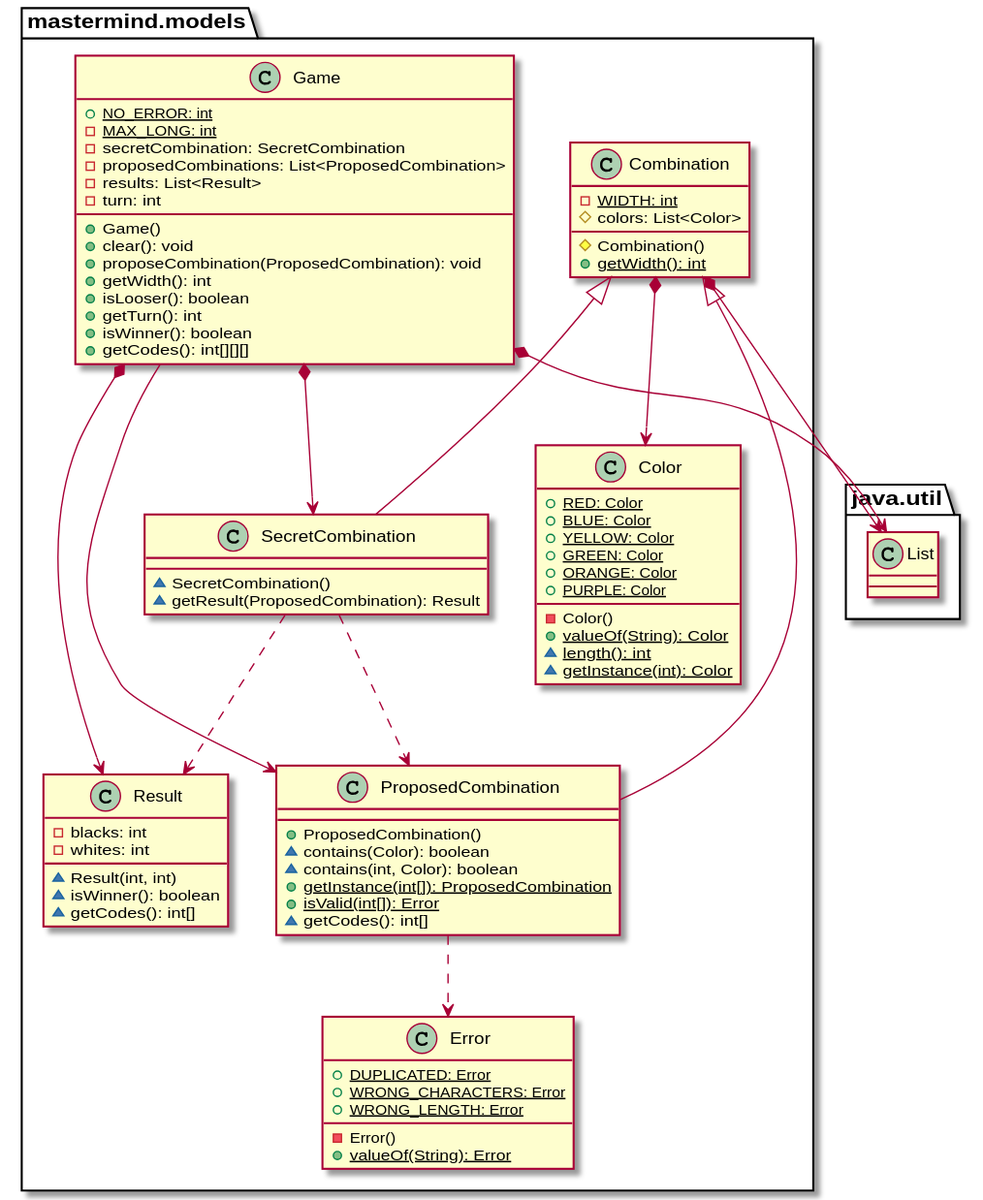
The PlantUML diagram documentView/console/docs/diagrams/out/paquetes/mastermind.models.svg in SantaTecla-mastermind/solution.java.swing.socket.sql, before a commit.
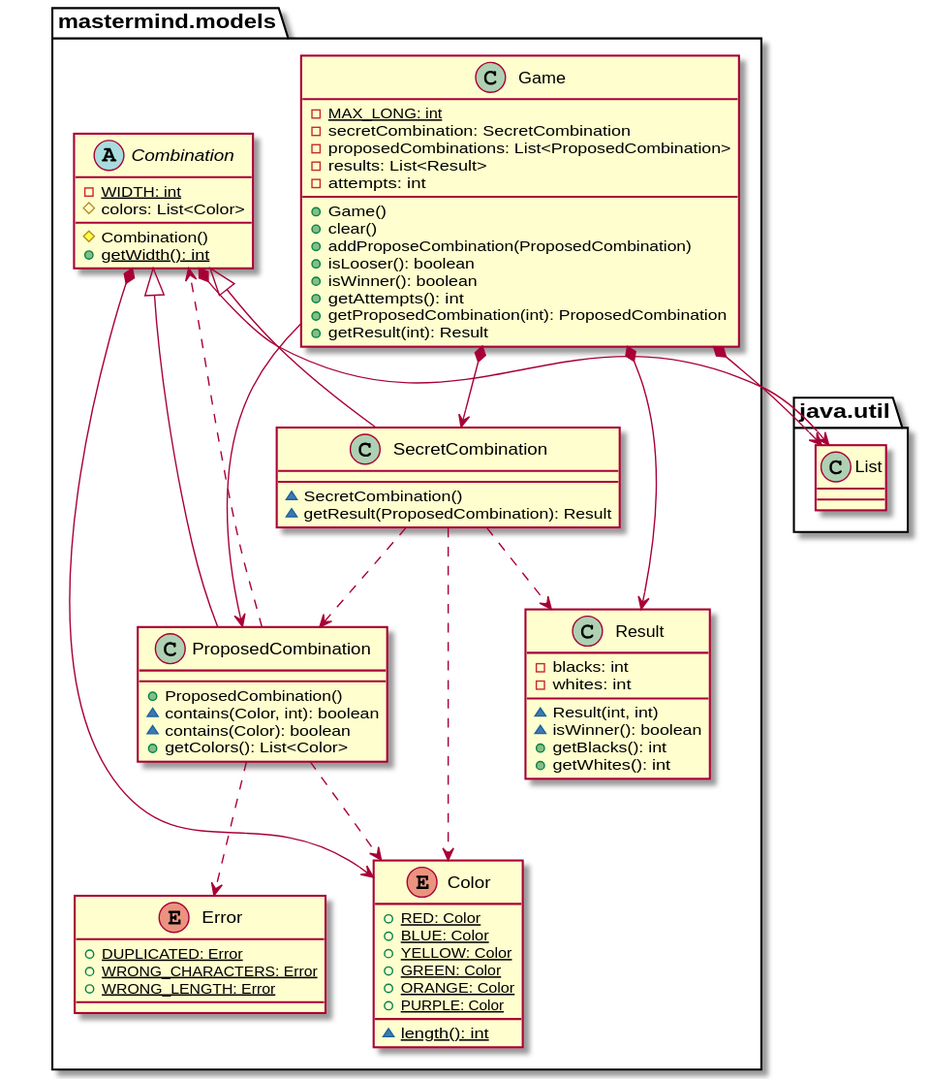
Later version of the same file.

Diff of the diagram source:
```diff
@@ -1,18 +1,15 @@
 @startuml
-class  mastermind.models.Color{
+enum  mastermind.models.Color{
 + {static} RED: Color
 + {static} BLUE: Color
 + {static} YELLOW: Color
 + {static} GREEN: Color
 + {static} ORANGE: Color
 + {static} PURPLE: Color
-- Color()
-+ {static} valueOf(String): Color
 ~ {static} length(): int
-~ {static} getInstance(int): Color
 }
 
-class  mastermind.models.Combination{
+abstract class  mastermind.models.Combination{
 - {static} WIDTH: int
 # colors: List<Color>
 # Combination()
@@ -21,29 +18,26 @@
 mastermind.models.Combination *-down-> java.util.List
 mastermind.models.Combination *-down-> mastermind.models.Color
 
-class  mastermind.models.Error{
+enum  mastermind.models.Error{
 + {static} DUPLICATED: Error
 + {static} WRONG_CHARACTERS: Error
 + {static} WRONG_LENGTH: Error
-- Error()
-+ {static} valueOf(String): Error
 }
 
 class  mastermind.models.Game{
-+ {static} NO_ERROR: int
 - {static} MAX_LONG: int
 - secretCombination: SecretCombination
 - proposedCombinations: List<ProposedCombination>
 - results: List<Result>
-- turn: int
+- attempts: int
 + Game()
-+ clear(): void
-+ proposeCombination(ProposedCombination): void
-+ getWidth(): int
++ clear()
++ addProposeCombination(ProposedCombination)
 + isLooser(): boolean
-+ getTurn(): int
 + isWinner(): boolean
-+ getCodes(): int[][][]
++ getAttempts(): int
++ getProposedCombination(int): ProposedCombination
++ getResult(int): Result
 }
 mastermind.models.Game *-down-> java.util.List
 mastermind.models.Game *-down-> mastermind.models.SecretCombination
@@ -52,22 +46,24 @@
 
 class  mastermind.models.ProposedCombination{
 + ProposedCombination()
+~ contains(Color, int): boolean
 ~ contains(Color): boolean
-~ contains(int, Color): boolean
-+ {static} getInstance(int[]): ProposedCombination
-+ {static} isValid(int[]): Error
-~ getCodes(): int[]
++ getColors(): List<Color>
 }
 mastermind.models.Combination <|-down- mastermind.models.ProposedCombination
 mastermind.models.ProposedCombination ..> mastermind.models.Error
+mastermind.models.ProposedCombination ..> mastermind.models.Color
 
 class  mastermind.models.Result{
 - blacks: int
 - whites: int
 ~ Result(int, int)
 ~ isWinner(): boolean
-~ getCodes(): int[]
++ getBlacks(): int
++ getWhites(): int
 }
+
+mastermind.models.ProposedCombination ..> mastermind.models.Combination
 
 class  mastermind.models.SecretCombination{
 ~ SecretCombination()
@@ -76,4 +72,5 @@
 mastermind.models.Combination <|-down- mastermind.models.SecretCombination
 mastermind.models.SecretCombination ..> mastermind.models.Result
 mastermind.models.SecretCombination ..> mastermind.models.ProposedCombination
+mastermind.models.SecretCombination ..> mastermind.models.Color
 @enduml
```
